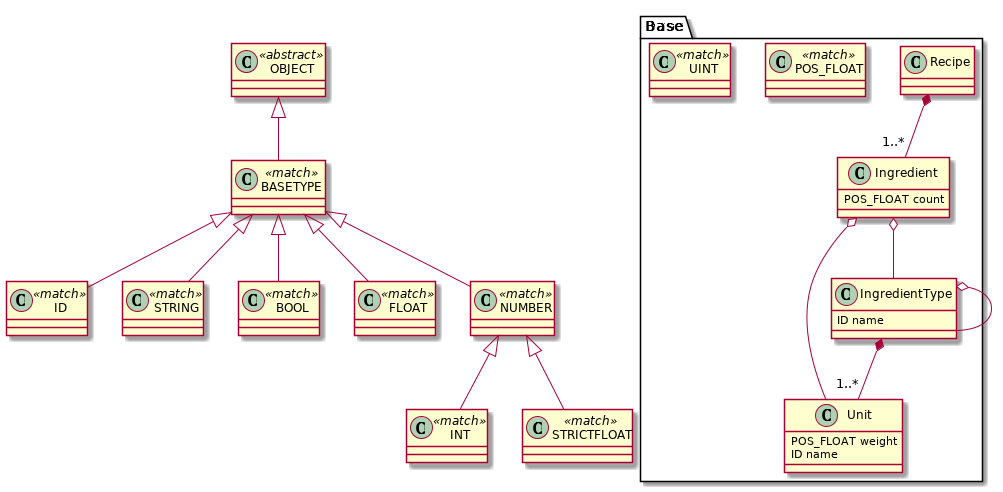
The PlantUML diagram examples/render_all_grammars/pu/tests_functional_test_scoping_metamodel_provider2_Base.png in textX/textX, before a commit. The source it was exported from:
```plantuml
@startuml
            set namespaceSeparator .
        Base.Recipe *-- "1..*" Base.Ingredient
class Base.Recipe  {
}


Base.Ingredient o-- Base.Unit
Base.Ingredient o-- Base.IngredientType
class Base.Ingredient  {
POS_FLOAT count
}


Base.IngredientType o-- Base.IngredientType
Base.IngredientType *-- "1..*" Base.Unit
class Base.IngredientType  {
ID name
}


class Base.Unit  {
POS_FLOAT weight
ID name
}


class Base.POS_FLOAT <<match>> {
}


class Base.UINT <<match>> {
}


class ID <<match>> {
}


class STRING <<match>> {
}


class BOOL <<match>> {
}


class INT <<match>> {
}


class FLOAT <<match>> {
}


class STRICTFLOAT <<match>> {
}


class NUMBER <<match>> {
}

NUMBER <|-- STRICTFLOAT
NUMBER <|-- INT

class BASETYPE <<match>> {
}

BASETYPE <|-- NUMBER
BASETYPE <|-- FLOAT
BASETYPE <|-- BOOL
BASETYPE <|-- ID
BASETYPE <|-- STRING

class OBJECT <<abstract>> {
}

OBJECT <|-- BASETYPE

@enduml
```
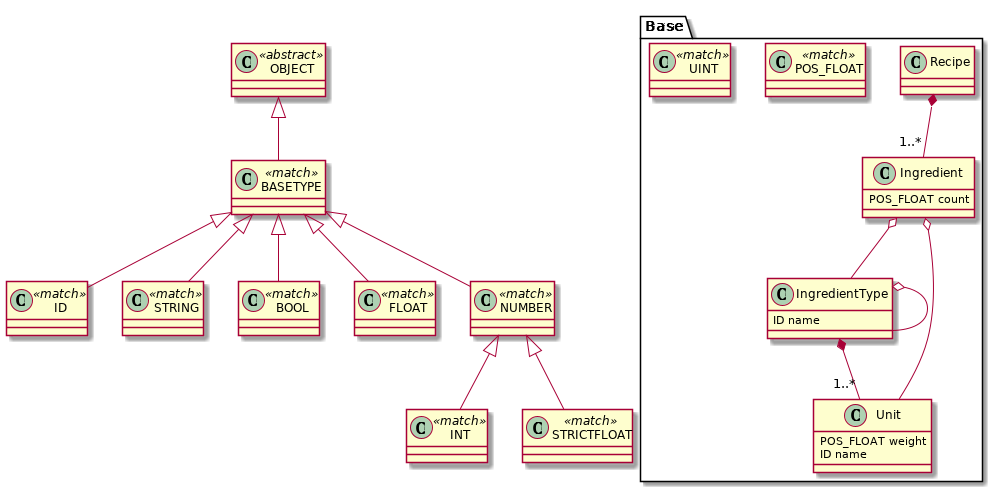
Above is the later version.

Diff of the diagram source:
```diff
@@ -1,27 +1,24 @@
 @startuml
-            set namespaceSeparator .
-        Base.Recipe *-- "1..*" Base.Ingredient
+set namespaceSeparator .
+
+
 class Base.Recipe  {
 }
 
 
-Base.Ingredient o-- Base.Unit
-Base.Ingredient o-- Base.IngredientType
 class Base.Ingredient  {
-POS_FLOAT count
+  POS_FLOAT count
 }
 
 
-Base.IngredientType o-- Base.IngredientType
-Base.IngredientType *-- "1..*" Base.Unit
 class Base.IngredientType  {
-ID name
+  ID name
 }
 
 
 class Base.Unit  {
-POS_FLOAT weight
-ID name
+  POS_FLOAT weight
+  ID name
 }
 
 
@@ -60,21 +57,26 @@
 class NUMBER <<match>> {
 }
 
-NUMBER <|-- STRICTFLOAT
-NUMBER <|-- INT
 
 class BASETYPE <<match>> {
 }
 
+
+class OBJECT <<abstract>> {
+}
+
+
+Base.Recipe *-- "1..*" Base.Ingredient
+Base.Ingredient o-- Base.Unit
+Base.Ingredient o-- Base.IngredientType
+Base.IngredientType o-- Base.IngredientType
+Base.IngredientType *-- "1..*" Base.Unit
+NUMBER <|-- STRICTFLOAT
+NUMBER <|-- INT
 BASETYPE <|-- NUMBER
 BASETYPE <|-- FLOAT
 BASETYPE <|-- BOOL
 BASETYPE <|-- ID
 BASETYPE <|-- STRING
-
-class OBJECT <<abstract>> {
-}
-
 OBJECT <|-- BASETYPE
-
 @enduml
```
